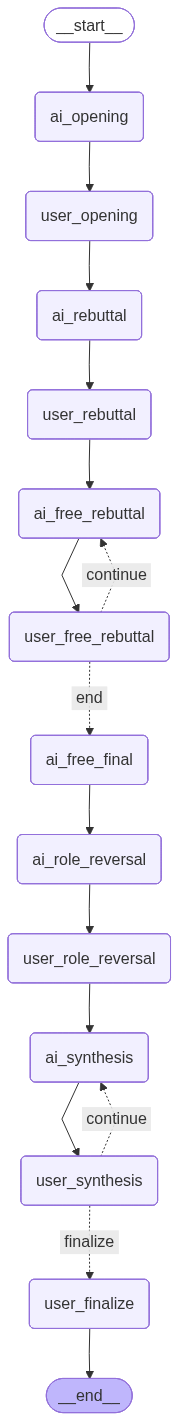
shinjipark22/SJU-Capstone-Multi-Agent-Debater-AI keeps this Mermaid diagram as docs/debate_graph.png. Above is the earlier version. Its source is kept beside it as docs/debate_graph.mmd.
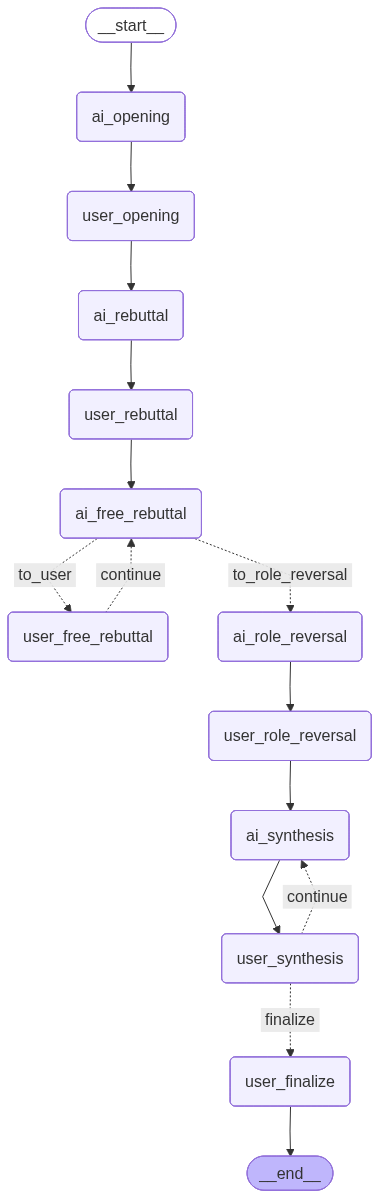
Above is the later version.

Commit message:
[FIX] ai_free_final 노드 제거 — ai_free_rebuttal에서 직접 분기

- ai_free_rebuttal → to_user (계속) or to_role_reversal (마지막 답변 후)
- 노드 12개 → 11개로 단순화
- 그래프 시각화 업데이트

Change to the diagram source:
```diff
@@ -11,7 +11,6 @@
 	user_rebuttal(user_rebuttal)
 	ai_free_rebuttal(ai_free_rebuttal)
 	user_free_rebuttal(user_free_rebuttal)
-	ai_free_final(ai_free_final)
 	ai_role_reversal(ai_role_reversal)
 	user_role_reversal(user_role_reversal)
 	ai_synthesis(ai_synthesis)
@@ -19,13 +18,12 @@
 	user_finalize(user_finalize)
 	__end__([<p>__end__</p>]):::last
 	__start__ --> ai_opening;
-	ai_free_final --> ai_role_reversal;
-	ai_free_rebuttal --> user_free_rebuttal;
+	ai_free_rebuttal -. &nbsp;to_role_reversal&nbsp; .-> ai_role_reversal;
+	ai_free_rebuttal -. &nbsp;to_user&nbsp; .-> user_free_rebuttal;
 	ai_opening --> user_opening;
 	ai_rebuttal --> user_rebuttal;
 	ai_role_reversal --> user_role_reversal;
 	ai_synthesis --> user_synthesis;
-	user_free_rebuttal -. &nbsp;end&nbsp; .-> ai_free_final;
 	user_free_rebuttal -. &nbsp;continue&nbsp; .-> ai_free_rebuttal;
 	user_opening --> ai_rebuttal;
 	user_rebuttal --> ai_free_rebuttal;
```
